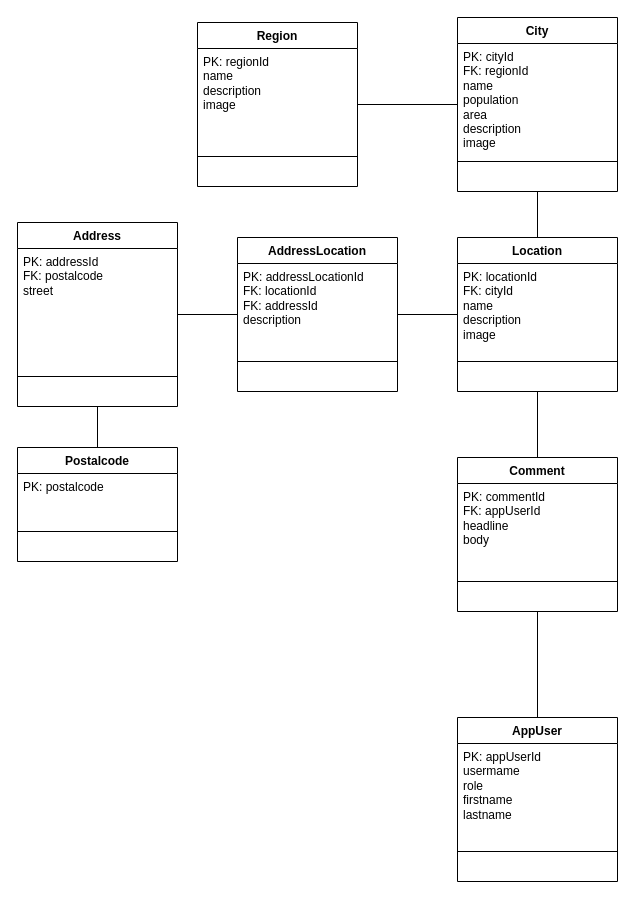
The draw.io diagram resources/DB design.drawio in jaolim/back_end_harjoitustyo, before the edit. Source tidied: cells renumbered, new cells numbered last; positions are measured from the earlier drawing's top-left corner, leaving out a move shared by most shapes. Both pictures are drawn from the tidied source at 100%, with x=0, y=0 at pixel (17, 17).
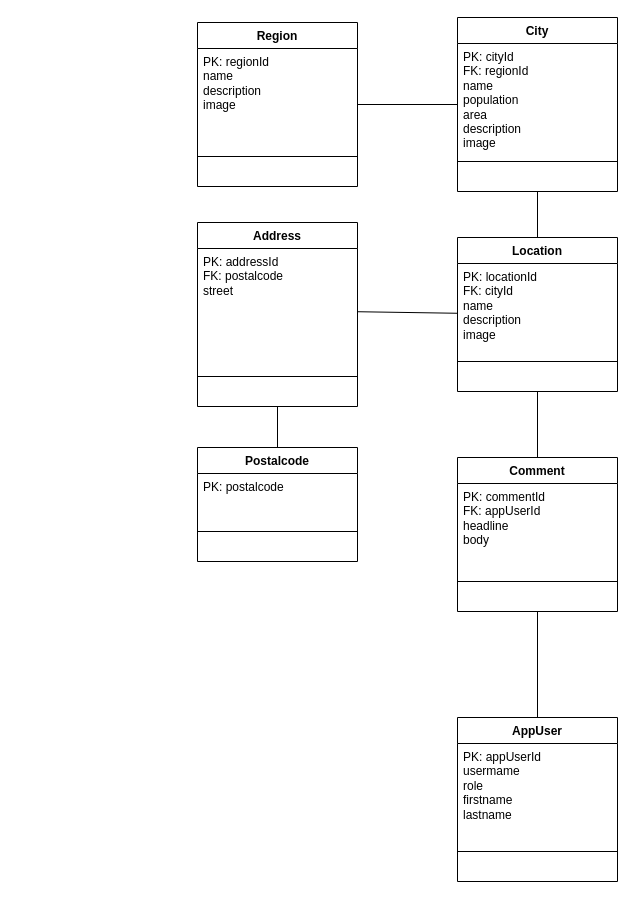
Above is the later version.

Commit message:
Updated database design

Unchanged cells that the change refers to:
```xml
<mxCell id="11" value="Location" style="swimlane;fontStyle=1;align=center;verticalAlign=top;horizontal=1;startSize=26;whiteSpace=wrap;html=1;" parent="1" vertex="1">
  <mxGeometry x="440" y="220" width="160" height="154" as="geometry" />
</mxCell>
<mxCell id="31" value="PK: addressId&lt;div&gt;FK: postalcode&lt;br&gt;&lt;div&gt;street&lt;br&gt;&lt;div&gt;&lt;br&gt;&lt;div&gt;&lt;br&gt;&lt;/div&gt;&lt;/div&gt;&lt;/div&gt;&lt;/div&gt;" style="text;strokeColor=none;fillColor=none;align=left;verticalAlign=top;spacingLeft=4;spacingRight=4;overflow=hidden;points=[[0,0.5],[1,0.5]];portConstraint=eastwest;whiteSpace=wrap;html=1;" parent="30" vertex="1">
  <mxGeometry y="26" width="160" height="124" as="geometry" />
</mxCell>
```

The edit, as a diff of the source:
```diff
@@
     <mxCell id="26" value="Postalcode" style="swimlane;fontStyle=1;align=center;verticalAlign=top;horizontal=1;startSize=26;whiteSpace=wrap;html=1;" parent="1" vertex="1">
-      <mxGeometry y="430" width="160" height="114" as="geometry" />
+      <mxGeometry x="180" y="430" width="160" height="114" as="geometry" />
     </mxCell>
@@
     <mxCell id="30" value="Address" style="swimlane;fontStyle=1;align=center;verticalAlign=top;horizontal=1;startSize=26;whiteSpace=wrap;html=1;" parent="1" vertex="1">
-      <mxGeometry y="205" width="160" height="184" as="geometry" />
+      <mxGeometry x="180" y="205" width="160" height="184" as="geometry" />
     </mxCell>
@@
-    <mxCell id="34" style="endArrow=none;html=1;rounded=0;" parent="1" edge="1" source="35" target="11">
+    <mxCell id="34" style="endArrow=none;html=1;rounded=0;" parent="1" edge="1" source="31" target="11">
       <mxGeometry relative="1" as="geometry" />
     </mxCell>
-    <mxCell id="35" value="AddressLocation" style="swimlane;fontStyle=1;align=center;verticalAlign=top;horizontal=1;startSize=26;whiteSpace=wrap;html=1;" parent="1" vertex="1">
-      <mxGeometry x="220" y="220" width="160" height="154" as="geometry" />
-    </mxCell>
-    <mxCell id="36" value="PK: addressLocationId&lt;div&gt;FK: locationId&lt;/div&gt;&lt;div&gt;FK: addressId&lt;/div&gt;&lt;div&gt;description&lt;/div&gt;" style="text;strokeColor=none;fillColor=none;align=left;verticalAlign=top;spacingLeft=4;spacingRight=4;overflow=hidden;whiteSpace=wrap;html=1;" parent="35" vertex="1">
-      <mxGeometry y="26" width="160" height="94" as="geometry" />
-    </mxCell>
-    <mxCell id="37" style="line;strokeWidth=1;fillColor=none;align=left;verticalAlign=middle;spacingTop=-1;spacingLeft=3;spacingRight=3;labelPosition=right;strokeColor=inherit;" parent="35" vertex="1">
-      <mxGeometry y="120" width="160" height="8" as="geometry" />
-    </mxCell>
-    <mxCell id="38" value="&amp;nbsp;" style="text;strokeColor=none;fillColor=none;align=left;verticalAlign=top;spacingLeft=4;spacingRight=4;overflow=hidden;whiteSpace=wrap;html=1;" parent="35" vertex="1">
-      <mxGeometry y="128" width="160" height="26" as="geometry" />
-    </mxCell>
-    <mxCell id="39" style="endArrow=none;html=1;rounded=0;" parent="1" edge="1" source="30" target="35">
-      <mxGeometry relative="1" as="geometry" />
-    </mxCell>
```
